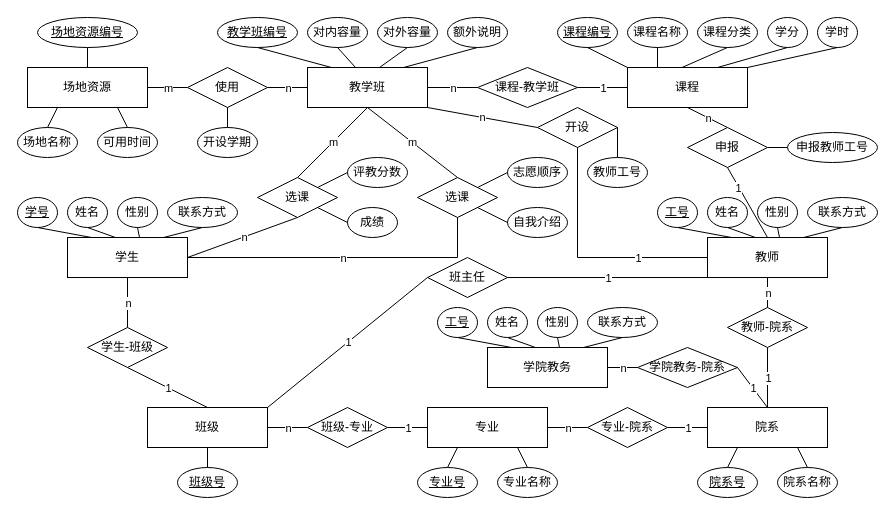
The draw.io diagram 系统设计报告/img/conceptional_schema/er.drawio in ap0stader/BUAA_DB, before the edit. Source tidied: cells renumbered, new cells numbered last; positions are measured from the earlier drawing's top-left corner, leaving out a move shared by most shapes. Both pictures are drawn from the tidied source at 100%, with x=0, y=0 at pixel (17, 17).
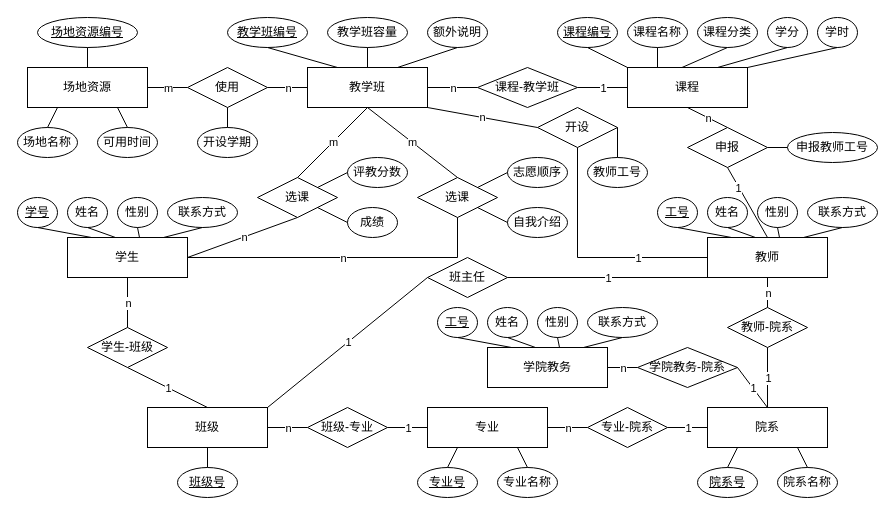
The same diagram, later.

The change refers to these unchanged cells:
```xml
<mxCell id="72" value="教学班" style="rounded=0;whiteSpace=wrap;html=1;fontFamily=宋体-简;" parent="1" vertex="1">
  <mxGeometry x="290" y="50" width="120" height="40" as="geometry" />
</mxCell>
```

Change to the diagram source:
```diff
@@
     <mxCell id="79" value="教学班编号" style="ellipse;whiteSpace=wrap;html=1;fontStyle=4;fontFamily=宋体-简;" parent="1" vertex="1">
-      <mxGeometry x="200" width="80" height="30" as="geometry" />
+      <mxGeometry x="210" width="80" height="30" as="geometry" />
     </mxCell>
-    <mxCell id="80" value="对内容量" style="ellipse;whiteSpace=wrap;html=1;fontFamily=宋体-简;" parent="1" vertex="1">
-      <mxGeometry x="290" width="60" height="30" as="geometry" />
+    <mxCell id="80" value="教学班容量" style="ellipse;whiteSpace=wrap;html=1;fontFamily=宋体-简;" parent="1" vertex="1">
+      <mxGeometry x="310" width="80" height="30" as="geometry" />
     </mxCell>
@@
-    <mxCell id="86" value="对外容量" style="ellipse;whiteSpace=wrap;html=1;fontFamily=宋体-简;" parent="1" vertex="1">
-      <mxGeometry x="360" width="60" height="30" as="geometry" />
-    </mxCell>
     <mxCell id="87" value="额外说明" style="ellipse;whiteSpace=wrap;html=1;fontFamily=宋体-简;" parent="1" vertex="1">
-      <mxGeometry x="430" width="60" height="30" as="geometry" />
+      <mxGeometry x="410" width="60" height="30" as="geometry" />
     </mxCell>
-    <mxCell id="88" style="endArrow=none;html=1;rounded=0;exitX=0.5;exitY=1;exitDx=0;exitDy=0;entryX=0.2;entryY=0;entryDx=0;entryDy=0;fontFamily=宋体-简;entryPerimeter=0;" parent="1" edge="1" source="79" target="72">
+    <mxCell id="88" style="endArrow=none;html=1;rounded=0;exitX=0.5;exitY=1;exitDx=0;exitDy=0;entryX=0.25;entryY=0;entryDx=0;entryDy=0;fontFamily=宋体-简;" parent="1" edge="1" source="79" target="72">
       <mxGeometry relative="1" as="geometry" />
     </mxCell>
@@
-    <mxCell id="90" style="endArrow=none;html=1;rounded=0;exitX=0.5;exitY=1;exitDx=0;exitDy=0;entryX=0.4;entryY=0;entryDx=0;entryDy=0;fontFamily=宋体-简;entryPerimeter=0;" parent="1" edge="1" source="80" target="72">
+    <mxCell id="90" style="endArrow=none;html=1;rounded=0;exitX=0.5;exitY=1;exitDx=0;exitDy=0;entryX=0.5;entryY=0;entryDx=0;entryDy=0;fontFamily=宋体-简;" parent="1" edge="1" source="80" target="72">
       <mxGeometry relative="1" as="geometry" />
     </mxCell>
-    <mxCell id="91" style="endArrow=none;html=1;rounded=0;exitX=0.5;exitY=1;exitDx=0;exitDy=0;entryX=0.6;entryY=0;entryDx=0;entryDy=0;fontFamily=宋体-简;entryPerimeter=0;" parent="1" edge="1" source="86" target="72">
-      <mxGeometry relative="1" as="geometry" />
-    </mxCell>
-    <mxCell id="92" style="endArrow=none;html=1;rounded=0;exitX=0.5;exitY=1;exitDx=0;exitDy=0;entryX=0.8;entryY=0;entryDx=0;entryDy=0;fontFamily=宋体-简;entryPerimeter=0;" parent="1" edge="1" source="87" target="72">
+    <mxCell id="92" style="endArrow=none;html=1;rounded=0;exitX=0.5;exitY=1;exitDx=0;exitDy=0;entryX=0.75;entryY=0;entryDx=0;entryDy=0;fontFamily=宋体-简;" parent="1" edge="1" source="87" target="72">
       <mxGeometry relative="1" as="geometry" />
     </mxCell>
```
